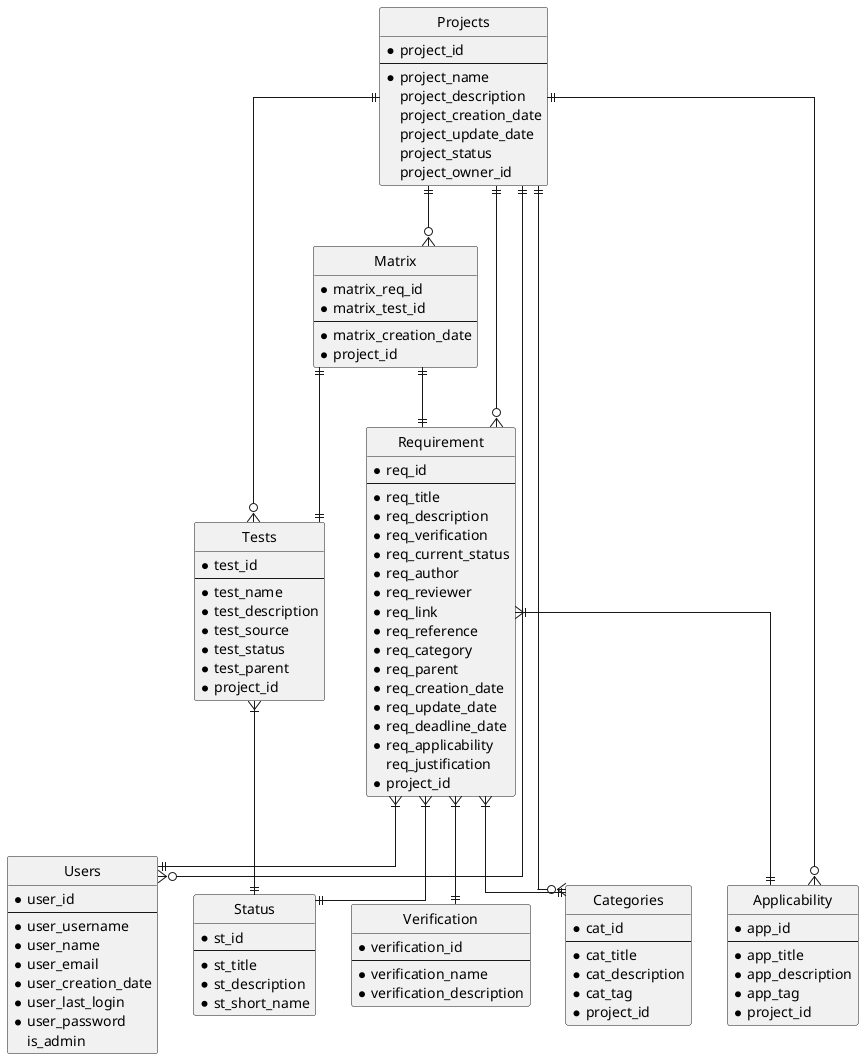
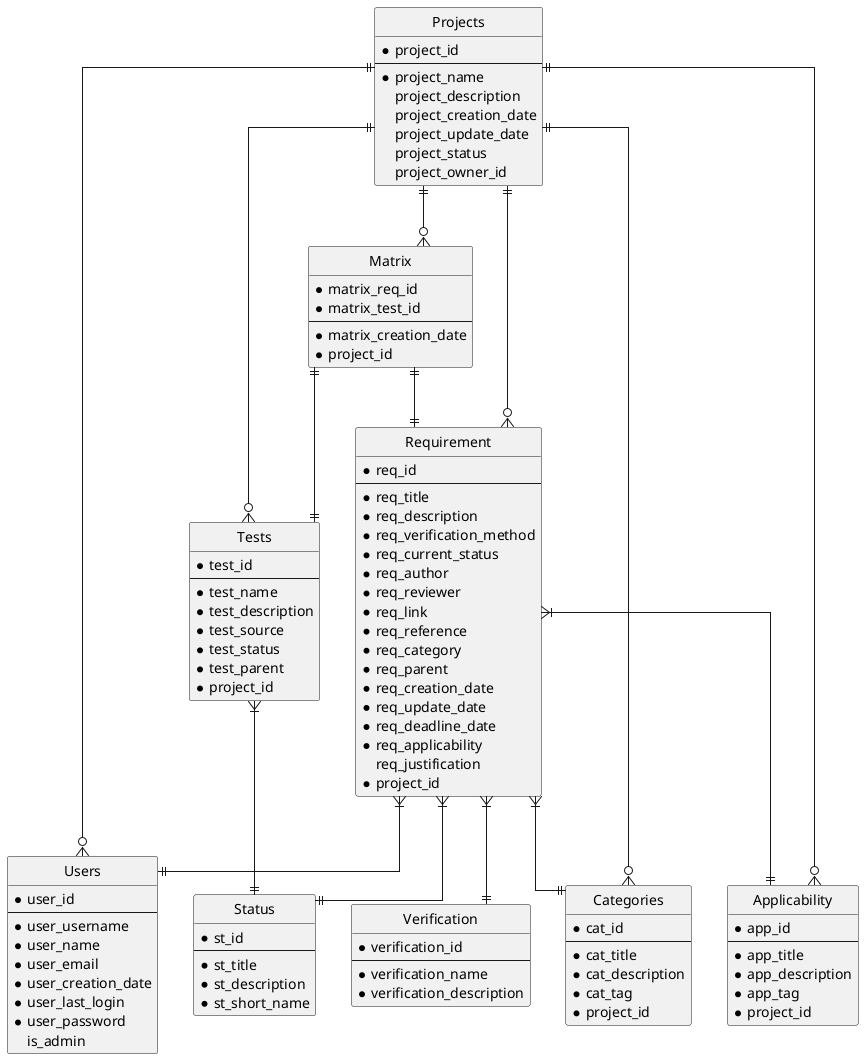
@startuml ER diagram

hide circle
skinparam linetype ortho

entity "Projects" as proj {
* project_id
---
* project_name
project_description
project_creation_date
project_update_date
project_status
project_owner_id
}

entity "Requirement" as req {
* req_id
---
* req_title
* req_description
- * req_verification
+ * req_verification_method
* req_current_status
* req_author
* req_reviewer
* req_link
* req_reference
* req_category
* req_parent
* req_creation_date
* req_update_date
* req_deadline_date
* req_applicability
req_justification
* project_id
}

entity "Users" as user {
* user_id
---
* user_username
* user_name
* user_email
* user_creation_date
* user_last_login
* user_password
is_admin
}

entity "Status" as st {
* st_id
---
* st_title
* st_description
* st_short_name
}

entity "Categories" as cat {
* cat_id
---
* cat_title
* cat_description
* cat_tag
* project_id
}

entity "Applicability" as app {
* app_id
---
* app_title
* app_description
* app_tag
* project_id
}

entity "Tests" as test {
* test_id
---
* test_name
* test_description
* test_source
* test_status
* test_parent
* project_id
}

entity "Matrix" as matrix {
* matrix_req_id
* matrix_test_id
---
* matrix_creation_date
* project_id
}

entity "Verification" as verification {
* verification_id
---
* verification_name
* verification_description
}

proj ||--o{ req
proj ||--o{ user
proj ||--o{ cat
proj ||--o{ app
proj ||--o{ test
proj ||--o{ matrix

req  }|--|| st
req  }|--|| cat
req  }|--|| user
req  }|--|| verification
req  }|--|| app
test   }|--|| st
matrix ||--|| req
matrix ||--|| test

@enduml
